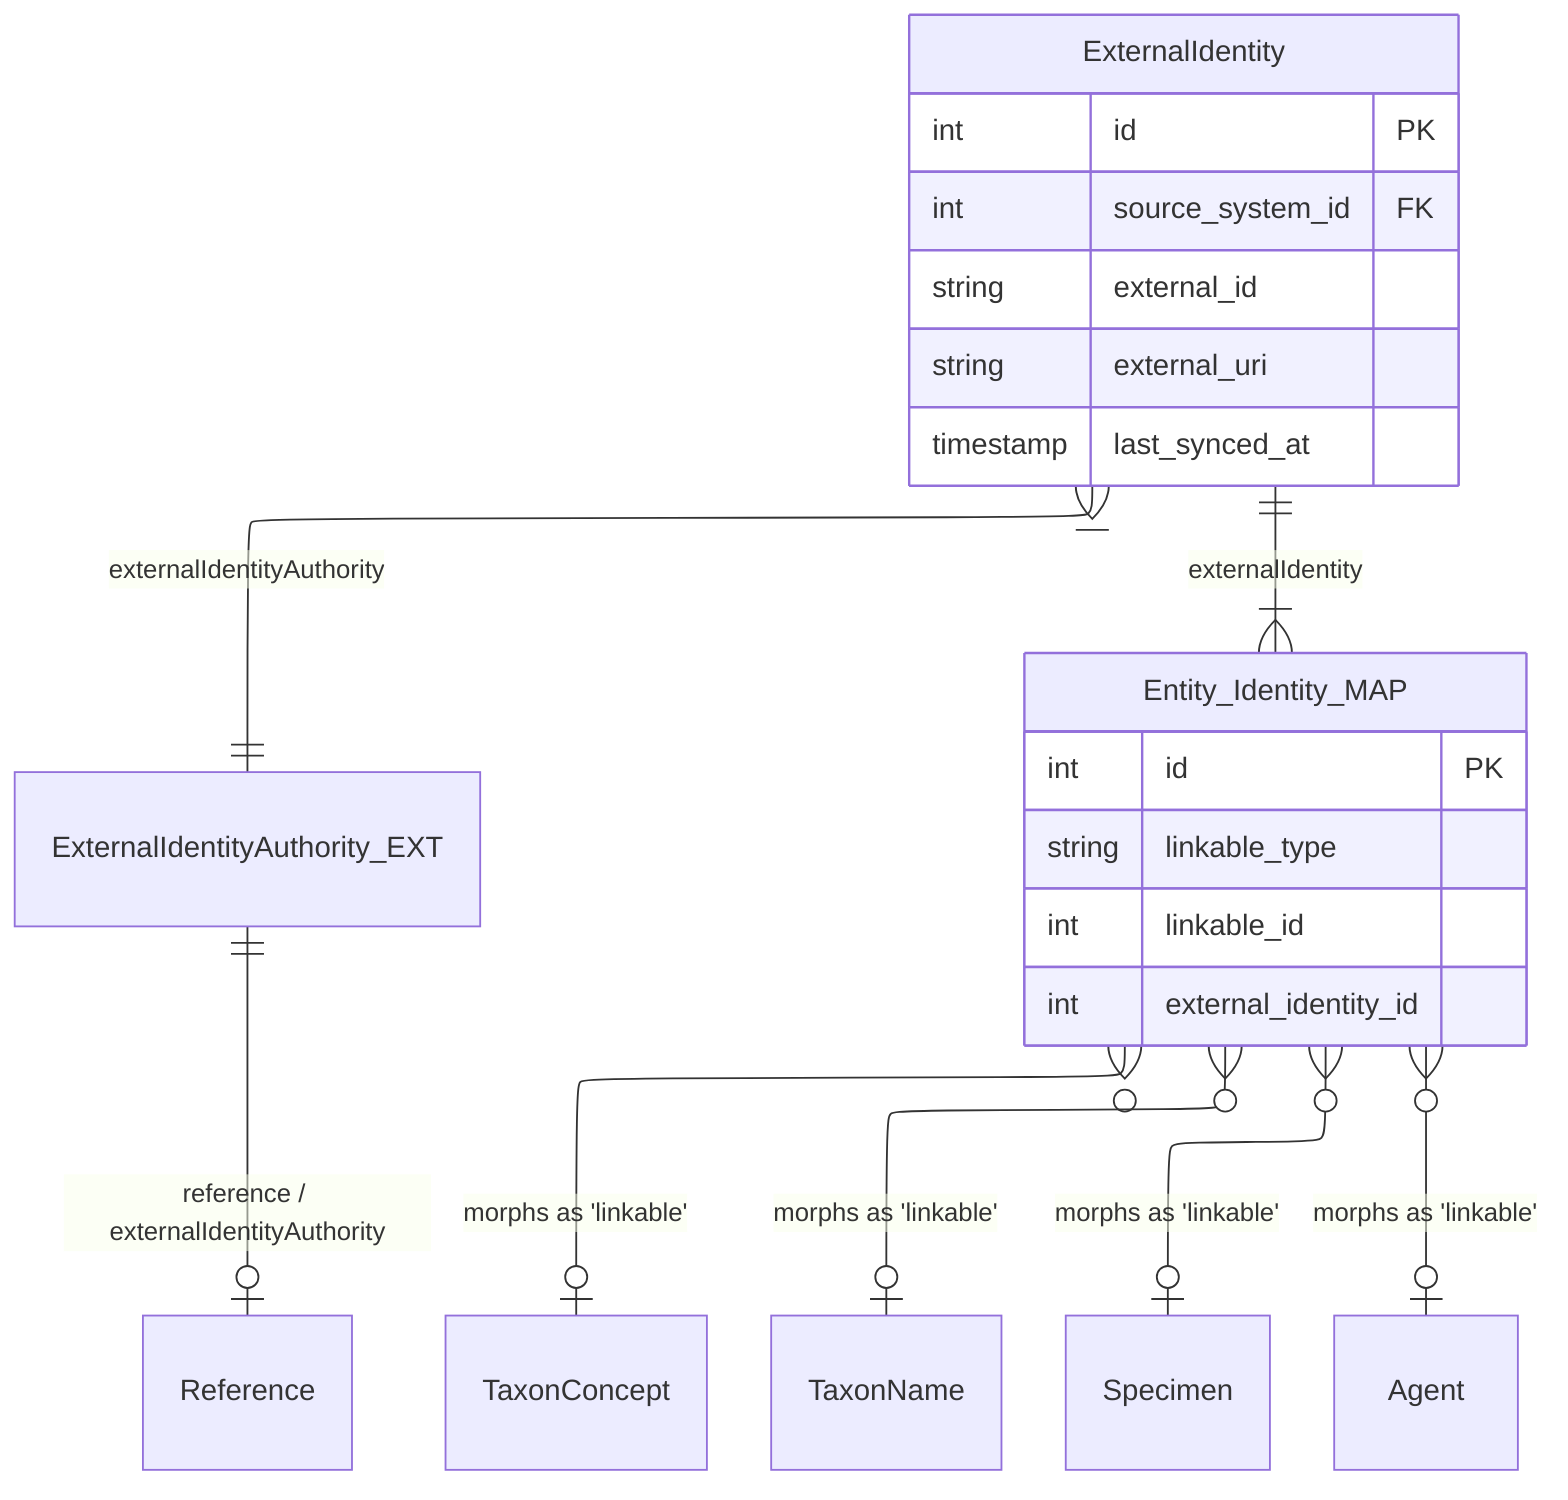
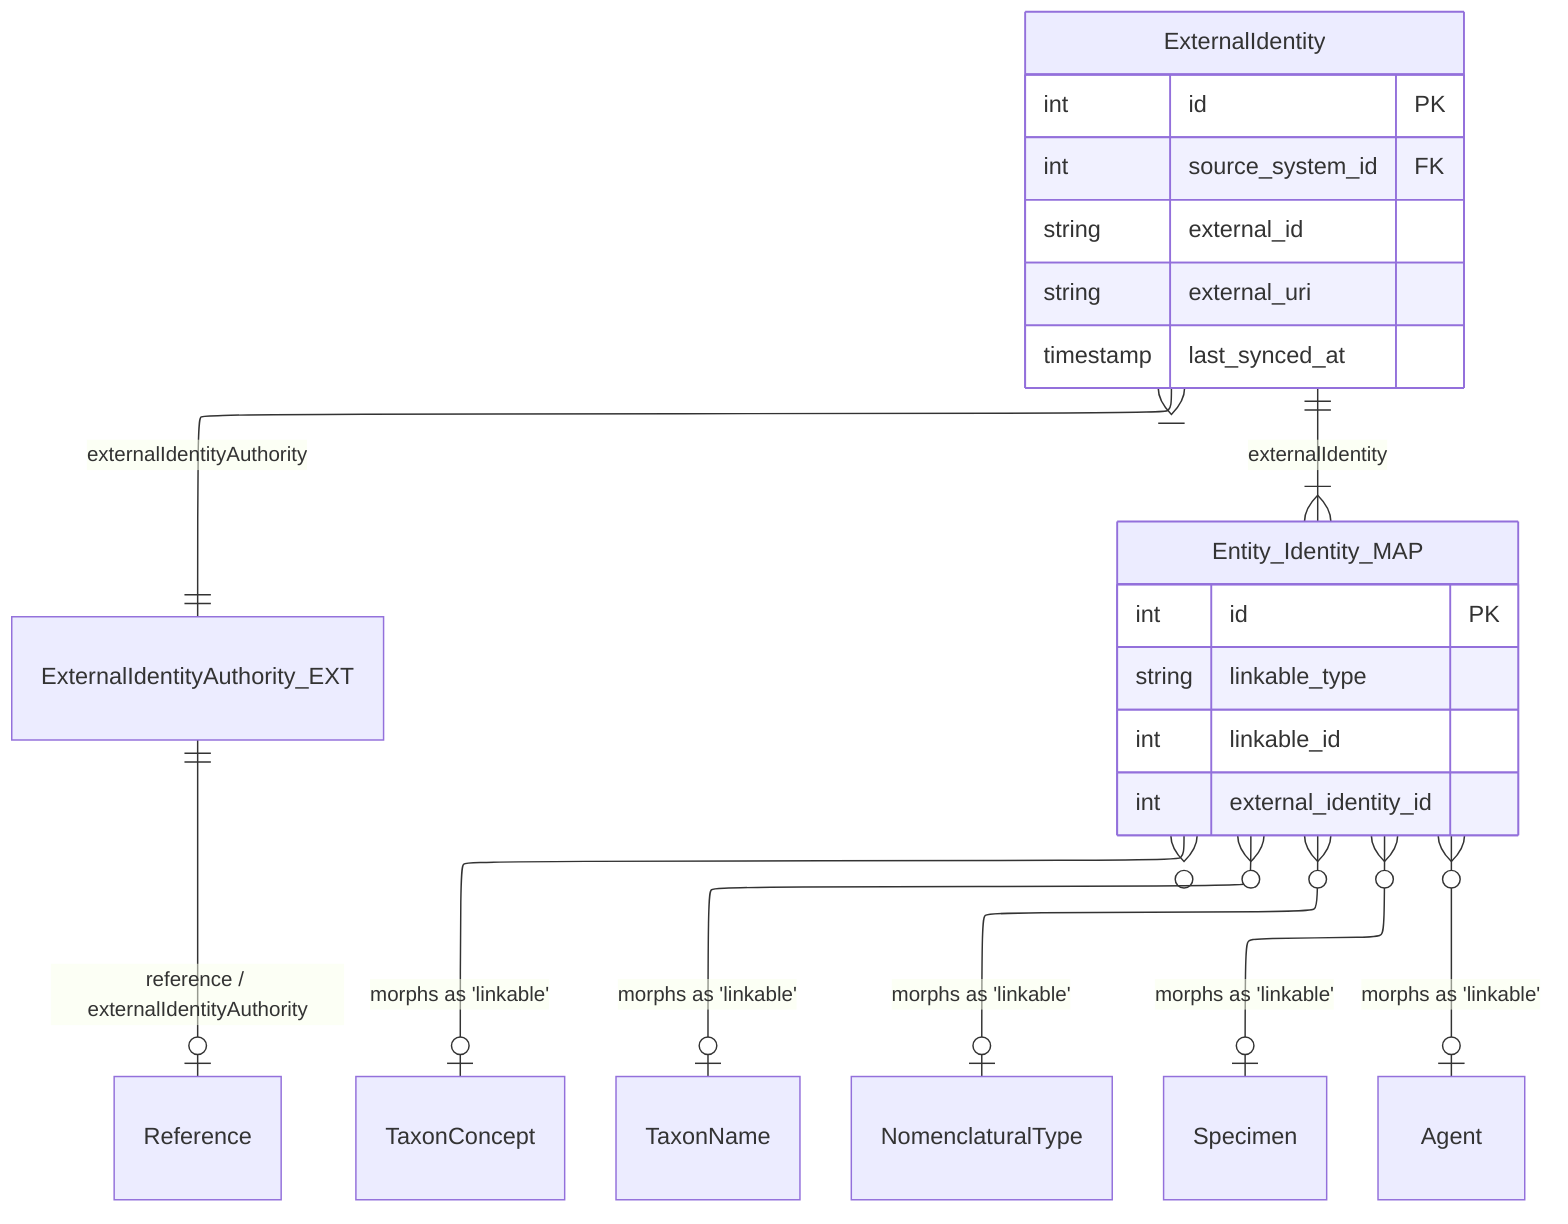
---
config:
  layout: elk
---
erDiagram
  ExternalIdentity }|--|| ExternalIdentityAuthority_EXT : "externalIdentityAuthority"
  ExternalIdentityAuthority_EXT ||--o| Reference : "reference / externalIdentityAuthority"

  ExternalIdentity ||--|{ Entity_Identity_MAP : "externalIdentity"

  Entity_Identity_MAP }o--o| TaxonConcept : "morphs as 'linkable'"
  Entity_Identity_MAP }o--o| TaxonName : "morphs as 'linkable'"
+   Entity_Identity_MAP }o--o| NomenclaturalType : "morphs as 'linkable'"
  Entity_Identity_MAP }o--o| Specimen : "morphs as 'linkable'"
  Entity_Identity_MAP }o--o| Agent : "morphs as 'linkable'"

  ExternalIdentity {
    int id PK
    int source_system_id FK
    string external_id
    string external_uri
    timestamp last_synced_at
  }

  Entity_Identity_MAP {
    int id PK
    string linkable_type
    int linkable_id
    int external_identity_id
  }